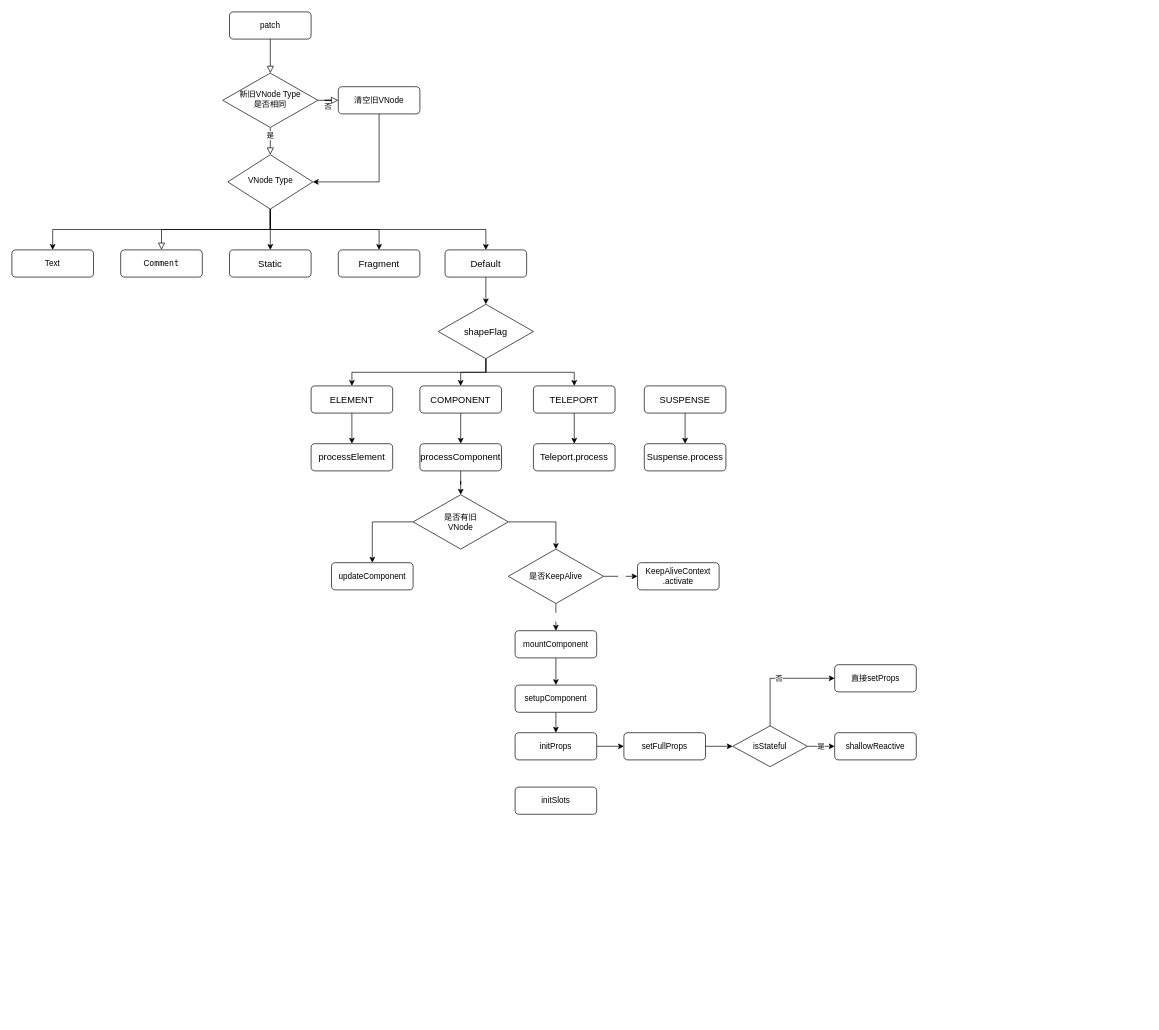
The draw.io diagram public/vue.drawio in cheekahao/note, before the edit. Source tidied: cells renumbered, new cells numbered last; positions are measured from the earlier drawing's top-left corner, leaving out a move shared by most shapes. Both pictures are drawn from the tidied source at 68%, with x=0, y=0 at pixel (12, 12).
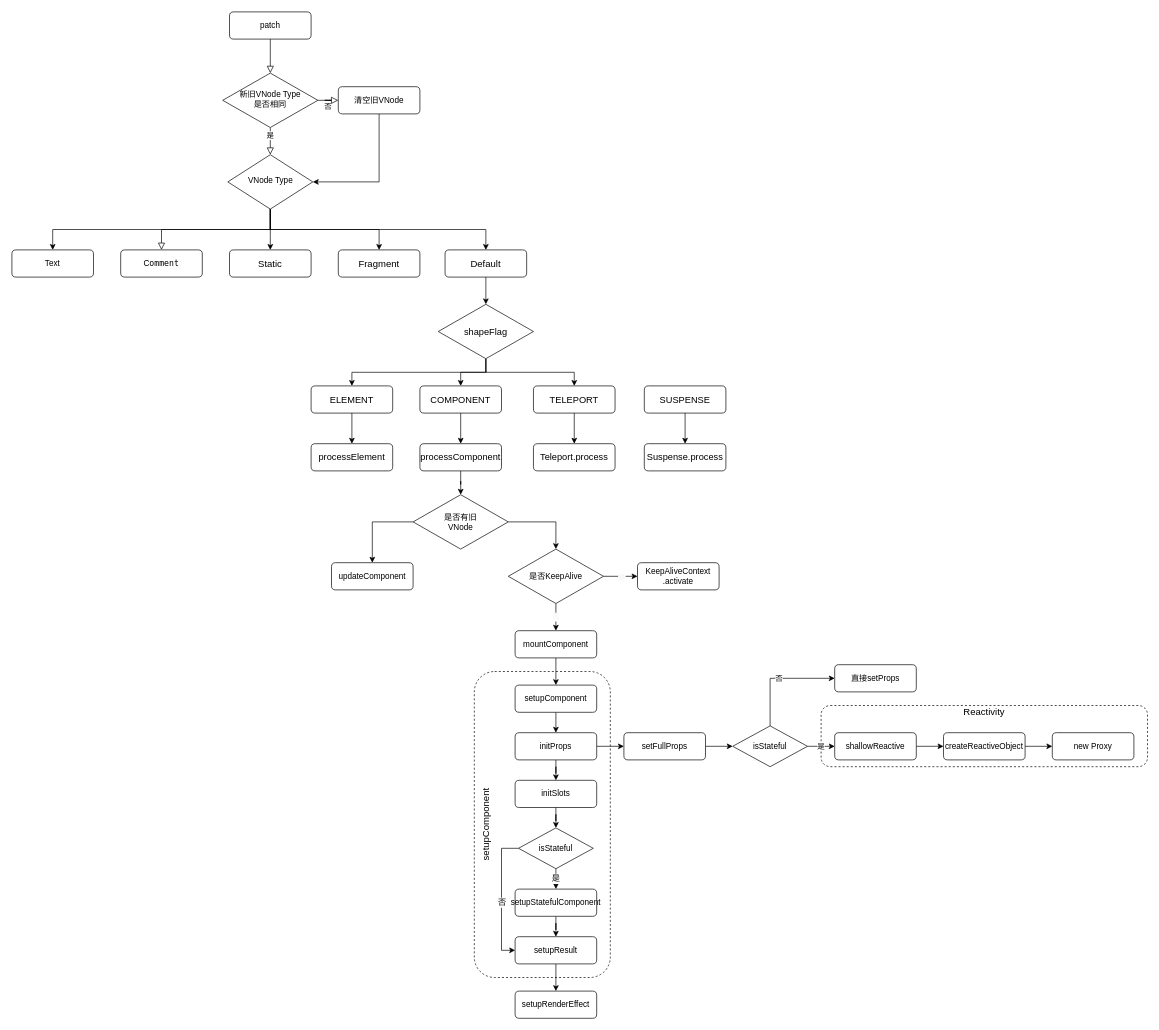
Above is the later version.

The change refers to these unchanged cells:
```xml
<mxCell id="53" value="initProps" style="rounded=1;whiteSpace=wrap;fontSize=12;glass=0;strokeWidth=1;shadow=0;labelBackgroundColor=none;fontFamily=Helvetica;" parent="1" vertex="1">
  <mxGeometry x="740" y="1060" width="120" height="40" as="geometry" />
</mxCell>
<mxCell id="60" value="shallowReactive" style="rounded=1;whiteSpace=wrap;fontSize=12;glass=0;strokeWidth=1;shadow=0;labelBackgroundColor=none;fontFamily=Helvetica;" parent="1" vertex="1">
  <mxGeometry x="1210" y="1060" width="120" height="40" as="geometry" />
</mxCell>
```

Diff of the diagram source:
```diff
@@
+    <mxCell id="62" style="rounded=1;whiteSpace=wrap;html=1;dashed=1;" parent="1" vertex="1">
+      <mxGeometry x="680" y="970" width="200" height="450" as="geometry" />
+    </mxCell>
+    <mxCell id="63" style="rounded=1;whiteSpace=wrap;html=1;dashed=1;" parent="1" vertex="1">
+      <mxGeometry x="1190" y="1020" width="480" height="90" as="geometry" />
+    </mxCell>
@@
+    <mxCell id="64" style="edgeStyle=orthogonalEdgeStyle;rounded=0;jettySize=auto;html=1;fontSize=14;" parent="1" edge="1" source="53" target="54">
+      <mxGeometry relative="1" as="geometry" />
+    </mxCell>
@@
+    <mxCell id="65" style="edgeStyle=orthogonalEdgeStyle;rounded=0;jettySize=auto;html=1;fontSize=14;" parent="1" edge="1" source="54" target="74">
+      <mxGeometry relative="1" as="geometry" />
+    </mxCell>
     <mxCell id="54" value="initSlots" style="rounded=1;whiteSpace=wrap;fontSize=12;glass=0;strokeWidth=1;shadow=0;labelBackgroundColor=none;fontFamily=Helvetica;" parent="1" vertex="1">
-      <mxGeometry x="740" y="1140" width="120" height="40" as="geometry" />
+      <mxGeometry x="740" y="1130" width="120" height="40" as="geometry" />
     </mxCell>
@@
+    <mxCell id="66" style="edgeStyle=orthogonalEdgeStyle;rounded=0;jettySize=auto;html=1;" parent="1" edge="1" source="60" target="68">
+      <mxGeometry relative="1" as="geometry" />
+    </mxCell>
@@
+    <mxCell id="67" style="edgeStyle=orthogonalEdgeStyle;rounded=0;jettySize=auto;html=1;" parent="1" edge="1" source="68" target="69">
+      <mxGeometry relative="1" as="geometry" />
+    </mxCell>
+    <mxCell id="68" value="createReactiveObject" style="rounded=1;whiteSpace=wrap;fontSize=12;glass=0;strokeWidth=1;shadow=0;labelBackgroundColor=none;fontFamily=Helvetica;" parent="1" vertex="1">
+      <mxGeometry x="1370" y="1060" width="120" height="40" as="geometry" />
+    </mxCell>
+    <mxCell id="69" value="new Proxy" style="rounded=1;whiteSpace=wrap;fontSize=12;glass=0;strokeWidth=1;shadow=0;labelBackgroundColor=none;fontFamily=Helvetica;" parent="1" vertex="1">
+      <mxGeometry x="1530" y="1060" width="120" height="40" as="geometry" />
+    </mxCell>
+    <mxCell id="70" value="Reactivity" style="text;strokeColor=none;fillColor=none;align=center;verticalAlign=middle;whiteSpace=wrap;rounded=0;dashed=1;fontSize=14;" parent="1" vertex="1">
+      <mxGeometry x="1410" y="1020" width="40" height="20" as="geometry" />
+    </mxCell>
+    <mxCell id="71" value="是" style="edgeStyle=orthogonalEdgeStyle;rounded=0;jettySize=auto;html=1;fontSize=12;" parent="1" edge="1" source="74" target="76">
+      <mxGeometry relative="1" as="geometry" />
+    </mxCell>
+    <mxCell id="72" style="edgeStyle=orthogonalEdgeStyle;rounded=0;jettySize=auto;html=1;entryX=0;entryY=0.5;entryDx=0;entryDy=0;fontSize=14;" parent="1" edge="1" source="74" target="78">
+      <mxGeometry relative="1" as="geometry">
+        <Array as="points">
+          <mxPoint x="720" y="1230" />
+          <mxPoint x="720" y="1380" />
+        </Array>
+      </mxGeometry>
+    </mxCell>
+    <mxCell id="73" value="否" style="edgeLabel;html=1;align=center;verticalAlign=middle;fontSize=12;" parent="72" vertex="1">
+      <mxGeometry x="0.07" relative="1" as="geometry" />
+    </mxCell>
+    <mxCell id="74" value="isStateful" style="rhombus;rounded=0;shadow=0;strokeWidth=1;glass=0;labelBackgroundColor=none;fontFamily=Helvetica;spacing=0;" parent="1" vertex="1">
+      <mxGeometry x="745" y="1200" width="110" height="60" as="geometry" />
+    </mxCell>
+    <mxCell id="75" style="edgeStyle=orthogonalEdgeStyle;rounded=0;jettySize=auto;html=1;fontSize=14;" parent="1" edge="1" source="76" target="78">
+      <mxGeometry relative="1" as="geometry" />
+    </mxCell>
+    <mxCell id="76" value="setupStatefulComponent" style="rounded=1;whiteSpace=wrap;fontSize=12;glass=0;strokeWidth=1;shadow=0;labelBackgroundColor=none;fontFamily=Helvetica;" parent="1" vertex="1">
+      <mxGeometry x="740" y="1290" width="120" height="40" as="geometry" />
+    </mxCell>
+    <mxCell id="77" style="edgeStyle=orthogonalEdgeStyle;rounded=0;jettySize=auto;html=1;fontSize=12;" parent="1" edge="1" source="78" target="80">
+      <mxGeometry relative="1" as="geometry" />
+    </mxCell>
+    <mxCell id="78" value="setupResult" style="rounded=1;whiteSpace=wrap;fontSize=12;glass=0;strokeWidth=1;shadow=0;labelBackgroundColor=none;fontFamily=Helvetica;" parent="1" vertex="1">
+      <mxGeometry x="740" y="1360" width="120" height="40" as="geometry" />
+    </mxCell>
+    <mxCell id="79" value="setupComponent" style="text;strokeColor=none;fillColor=none;align=center;verticalAlign=middle;whiteSpace=wrap;rounded=0;dashed=1;fontSize=14;rotation=-90;" parent="1" vertex="1">
+      <mxGeometry x="637" y="1185" width="120" height="20" as="geometry" />
+    </mxCell>
+    <mxCell id="80" value="setupRenderEffect" style="rounded=1;whiteSpace=wrap;fontSize=12;glass=0;strokeWidth=1;shadow=0;labelBackgroundColor=none;fontFamily=Helvetica;" parent="1" vertex="1">
+      <mxGeometry x="740" y="1440" width="120" height="40" as="geometry" />
+    </mxCell>
```
